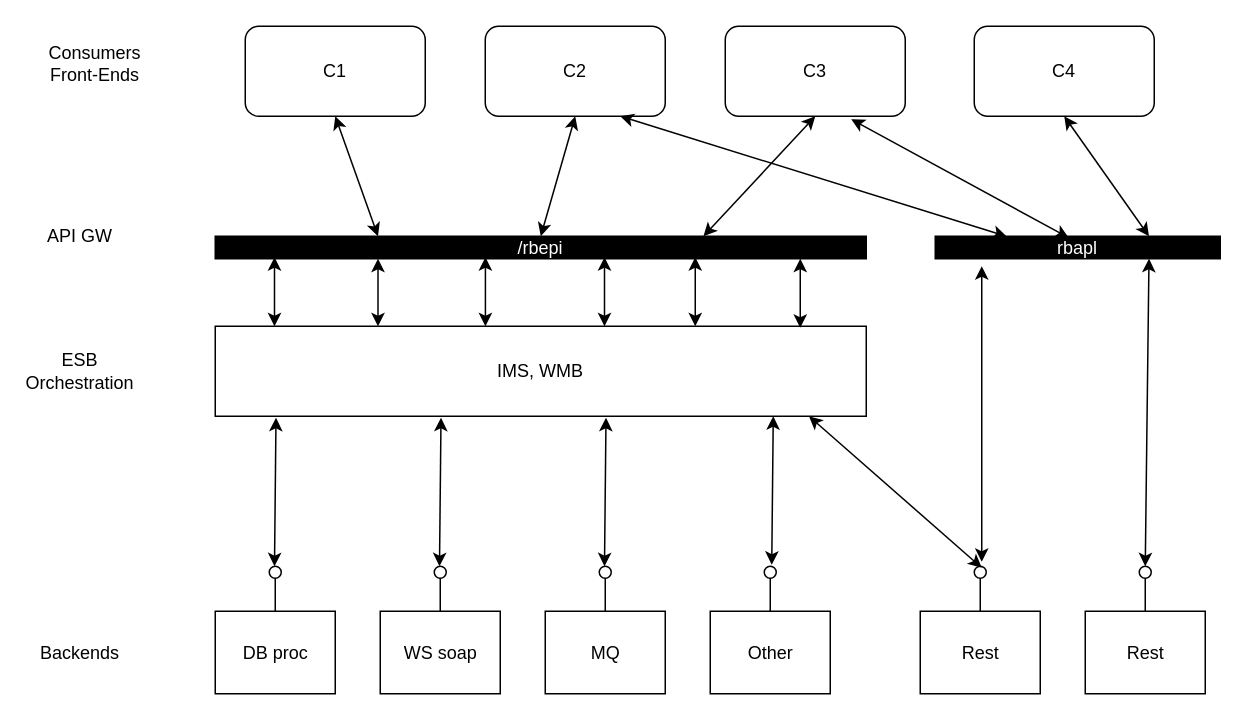
Above: IP - online in 2023.drawio in MichalHasekRB/my-Diagrams (draw.io), before the change. Source tidied: cells renumbered, new cells numbered last; positions are measured from the earlier drawing's top-left corner, leaving out a move shared by most shapes. Both pictures are drawn from the tidied source at 150%, with x=0, y=0 at pixel (34, 26).
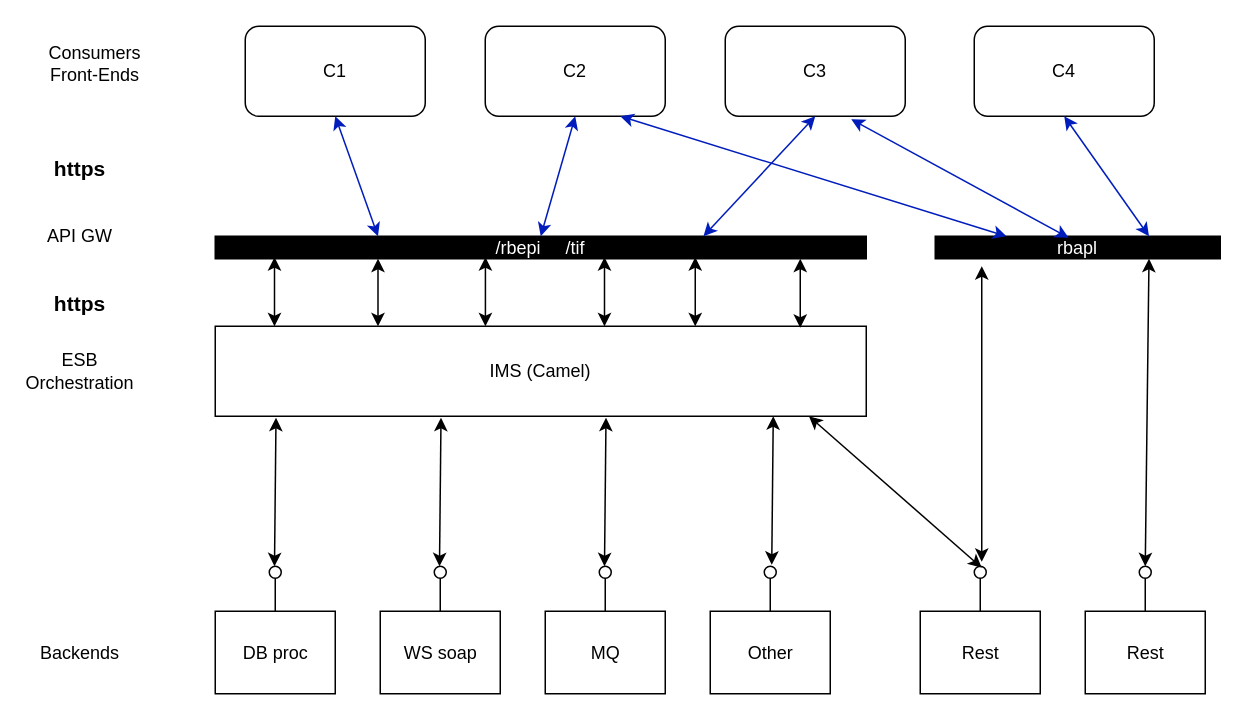
The same diagram, later.

The change refers to these unchanged cells:
```xml
<mxCell id="32" value="rbapl" style="rounded=0;whiteSpace=wrap;html=1;fontColor=#FFFFFF;strokeColor=#000000;fillColor=#000000;" parent="1" vertex="1">
  <mxGeometry x="600" y="140" width="190" height="15" as="geometry" />
</mxCell>
<mxCell id="33" value="C1" style="rounded=1;whiteSpace=wrap;html=1;" parent="1" vertex="1">
  <mxGeometry x="140" width="120" height="60" as="geometry" />
</mxCell>
<mxCell id="34" value="C2" style="rounded=1;whiteSpace=wrap;html=1;" parent="1" vertex="1">
  <mxGeometry x="300" width="120" height="60" as="geometry" />
</mxCell>
<mxCell id="35" value="C3" style="rounded=1;whiteSpace=wrap;html=1;" parent="1" vertex="1">
  <mxGeometry x="460" width="120" height="60" as="geometry" />
</mxCell>
<mxCell id="36" value="C4" style="rounded=1;whiteSpace=wrap;html=1;" parent="1" vertex="1">
  <mxGeometry x="626" width="120" height="60" as="geometry" />
</mxCell>
```

What changed in the source:
```diff
@@
-    <mxCell id="26" value="IMS, WMB" style="rounded=0;whiteSpace=wrap;html=1;" parent="1" vertex="1">
+    <mxCell id="26" value="IMS (Camel)" style="rounded=0;whiteSpace=wrap;html=1;" parent="1" vertex="1">
       <mxGeometry x="120" y="200" width="434" height="60" as="geometry" />
     </mxCell>
@@
-    <mxCell id="31" value="/rbepi" style="rounded=0;whiteSpace=wrap;html=1;fillColor=#000000;fontColor=#ffffff;" parent="1" vertex="1">
+    <mxCell id="31" value="/rbepi&amp;nbsp; &amp;nbsp; &amp;nbsp;/tif" style="rounded=0;whiteSpace=wrap;html=1;fillColor=#000000;fontColor=#ffffff;" parent="1" vertex="1">
       <mxGeometry x="120" y="140" width="434" height="15" as="geometry" />
     </mxCell>
@@
-    <mxCell id="42" style="endArrow=classic;startArrow=classic;html=1;rounded=0;entryX=0.5;entryY=1;entryDx=0;entryDy=0;exitX=0.25;exitY=0;exitDx=0;exitDy=0;" parent="1" edge="1" source="31" target="33">
+    <mxCell id="42" style="endArrow=classic;startArrow=classic;html=1;rounded=0;entryX=0.5;entryY=1;entryDx=0;entryDy=0;exitX=0.25;exitY=0;exitDx=0;exitDy=0;fillColor=#0050ef;strokeColor=#001DBC;" parent="1" edge="1" source="31" target="33">
       <mxGeometry relative="1" as="geometry" />
     </mxCell>
-    <mxCell id="43" style="endArrow=classic;startArrow=classic;html=1;rounded=0;entryX=0.5;entryY=1;entryDx=0;entryDy=0;exitX=0.5;exitY=0;exitDx=0;exitDy=0;" parent="1" edge="1" source="31" target="34">
+    <mxCell id="43" style="endArrow=classic;startArrow=classic;html=1;rounded=0;entryX=0.5;entryY=1;entryDx=0;entryDy=0;exitX=0.5;exitY=0;exitDx=0;exitDy=0;fillColor=#0050ef;strokeColor=#001DBC;" parent="1" edge="1" source="31" target="34">
       <mxGeometry relative="1" as="geometry" />
     </mxCell>
-    <mxCell id="44" style="endArrow=classic;startArrow=classic;html=1;rounded=0;entryX=0.5;entryY=1;entryDx=0;entryDy=0;exitX=0.75;exitY=0;exitDx=0;exitDy=0;" parent="1" edge="1" source="31" target="35">
+    <mxCell id="44" style="endArrow=classic;startArrow=classic;html=1;rounded=0;entryX=0.5;entryY=1;entryDx=0;entryDy=0;exitX=0.75;exitY=0;exitDx=0;exitDy=0;fillColor=#0050ef;strokeColor=#001DBC;" parent="1" edge="1" source="31" target="35">
       <mxGeometry relative="1" as="geometry" />
     </mxCell>
-    <mxCell id="45" style="endArrow=classic;startArrow=classic;html=1;rounded=0;entryX=0.75;entryY=1;entryDx=0;entryDy=0;exitX=0.25;exitY=0;exitDx=0;exitDy=0;" parent="1" edge="1" source="32" target="34">
+    <mxCell id="45" style="endArrow=classic;startArrow=classic;html=1;rounded=0;entryX=0.75;entryY=1;entryDx=0;entryDy=0;exitX=0.25;exitY=0;exitDx=0;exitDy=0;fillColor=#0050ef;strokeColor=#001DBC;" parent="1" edge="1" source="32" target="34">
       <mxGeometry relative="1" as="geometry" />
     </mxCell>
-    <mxCell id="46" style="endArrow=classic;startArrow=classic;html=1;rounded=0;entryX=0.5;entryY=1;entryDx=0;entryDy=0;exitX=0.75;exitY=0;exitDx=0;exitDy=0;" parent="1" edge="1" source="32" target="36">
+    <mxCell id="46" style="endArrow=classic;startArrow=classic;html=1;rounded=0;entryX=0.5;entryY=1;entryDx=0;entryDy=0;exitX=0.75;exitY=0;exitDx=0;exitDy=0;fillColor=#0050ef;strokeColor=#001DBC;" parent="1" edge="1" source="32" target="36">
       <mxGeometry relative="1" as="geometry" />
     </mxCell>
-    <mxCell id="47" style="endArrow=classic;startArrow=classic;html=1;rounded=0;entryX=0.7;entryY=1.033;entryDx=0;entryDy=0;entryPerimeter=0;exitX=0.468;exitY=0.067;exitDx=0;exitDy=0;exitPerimeter=0;" parent="1" edge="1" source="32" target="35">
+    <mxCell id="47" style="endArrow=classic;startArrow=classic;html=1;rounded=0;entryX=0.7;entryY=1.033;entryDx=0;entryDy=0;entryPerimeter=0;exitX=0.468;exitY=0.067;exitDx=0;exitDy=0;exitPerimeter=0;fillColor=#0050ef;strokeColor=#001DBC;" parent="1" edge="1" source="32" target="35">
       <mxGeometry relative="1" as="geometry" />
     </mxCell>
@@
+    <mxCell id="56" value="&lt;b&gt;&lt;font style=&quot;font-size: 14px;&quot;&gt;https&lt;/font&gt;&lt;/b&gt;" style="text;html=1;align=center;verticalAlign=middle;whiteSpace=wrap;rounded=0;" parent="1" vertex="1">
+      <mxGeometry y="80" width="60" height="30" as="geometry" />
+    </mxCell>
+    <mxCell id="57" value="&lt;b&gt;&lt;font style=&quot;font-size: 14px;&quot;&gt;https&lt;/font&gt;&lt;/b&gt;" style="text;html=1;align=center;verticalAlign=middle;whiteSpace=wrap;rounded=0;" parent="1" vertex="1">
+      <mxGeometry y="170" width="60" height="30" as="geometry" />
+    </mxCell>
```
